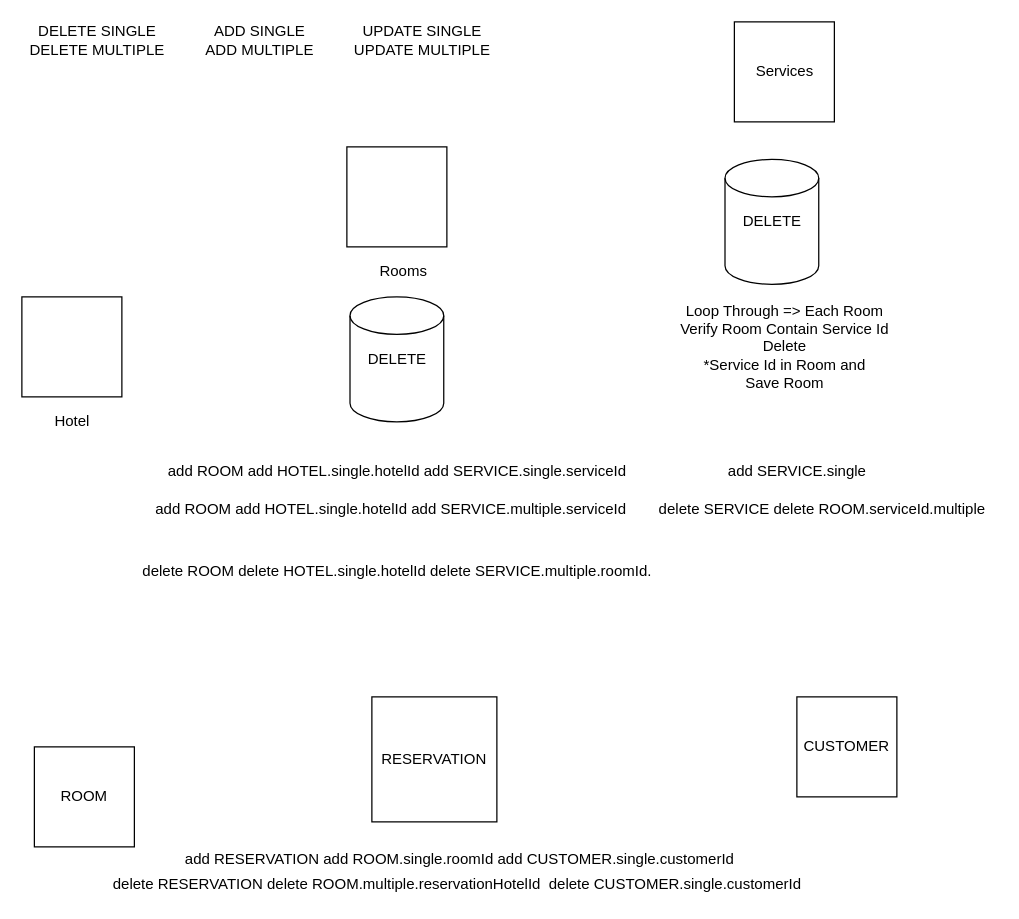
The draw.io diagram Untitled Diagram.drawio in appsdevers/portfolio, before the edit. Source tidied: cells renumbered, new cells numbered last; positions are measured from the earlier drawing's top-left corner, leaving out a move shared by most shapes. Both pictures are drawn from the tidied source at 125%, with x=0, y=0 at pixel (21, 21).
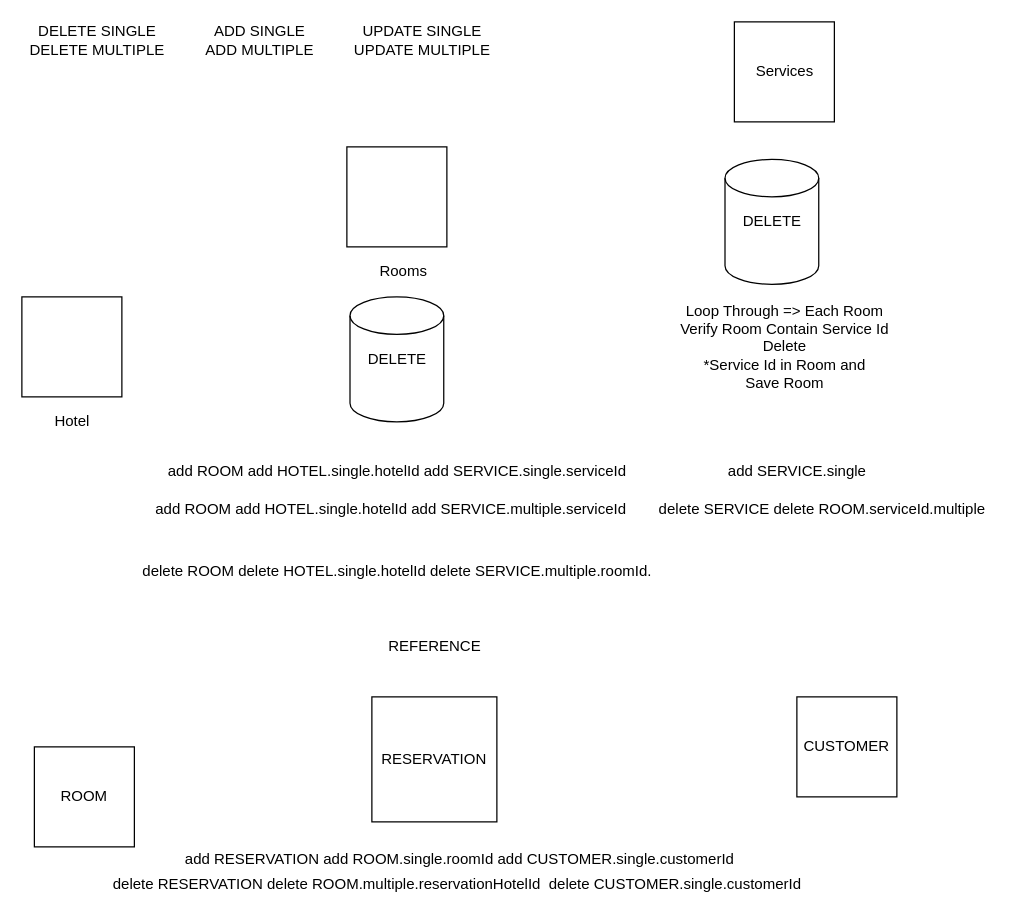
The same diagram, later.

The edit, as a diff of the source:
```diff
@@
+    <mxCell id="26" value="REFERENCE" style="text;html=1;align=center;verticalAlign=middle;strokeColor=none;fillColor=none;" parent="1" vertex="1">
+      <mxGeometry x="285" y="490" width="90" height="20" as="geometry" />
+    </mxCell>
```
